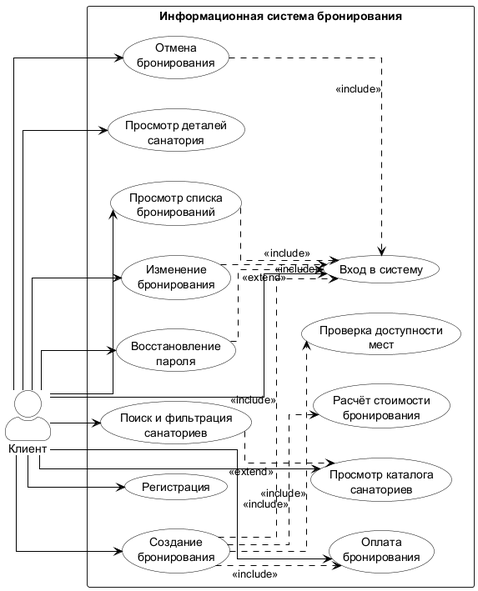
This is docs/TextCw/Diagrams/01_use_case.png from Ypsidshi/SoftwareArchitectureCourseWorkProject, a PlantUML export, as it was before one commit. The source it was exported from:
```plantuml
@startuml
skinparam actorStyle awesome
skinparam backgroundColor white
skinparam usecaseBorderColor black
skinparam usecaseBackgroundColor white
skinparam usecaseFontColor black
skinparam actorBorderColor black
skinparam actorBackgroundColor white
skinparam actorFontColor black
skinparam arrowColor black
skinparam linetype ortho
left to right direction

actor "Клиент" as Client

rectangle "Информационная система бронирования" {
    usecase "Регистрация" as UC1
    usecase "Вход в систему" as UC2
    usecase "Восстановление\nпароля" as UC3
    usecase "Просмотр каталога\nсанаториев" as UC4
    usecase "Поиск и фильтрация\nсанаториев" as UC5
    usecase "Просмотр деталей\nсанатория" as UC6
    usecase "Создание\nбронирования" as UC7
    usecase "Проверка доступности\nмест" as UC8
    usecase "Расчёт стоимости\nбронирования" as UC9
    usecase "Оплата\nбронирования" as UC10
    usecase "Просмотр списка\nбронирований" as UC11
    usecase "Изменение\nбронирования" as UC12
    usecase "Отмена\nбронирования" as UC13
}

Client --> UC1
Client --> UC2
Client --> UC3
Client --> UC4
Client --> UC5
Client --> UC6
Client --> UC7
Client --> UC10
Client --> UC11
Client --> UC12
Client --> UC13

UC3 ..> UC2 : <<extend>>
UC5 ..> UC4 : <<extend>>

UC7 ..> UC2 : <<include>>
UC7 ..> UC8 : <<include>>
UC7 ..> UC9 : <<include>>
UC7 ..> UC10 : <<include>>

UC11 ..> UC2 : <<include>>
UC12 ..> UC2 : <<include>>
UC13 ..> UC2 : <<include>>

@enduml
```
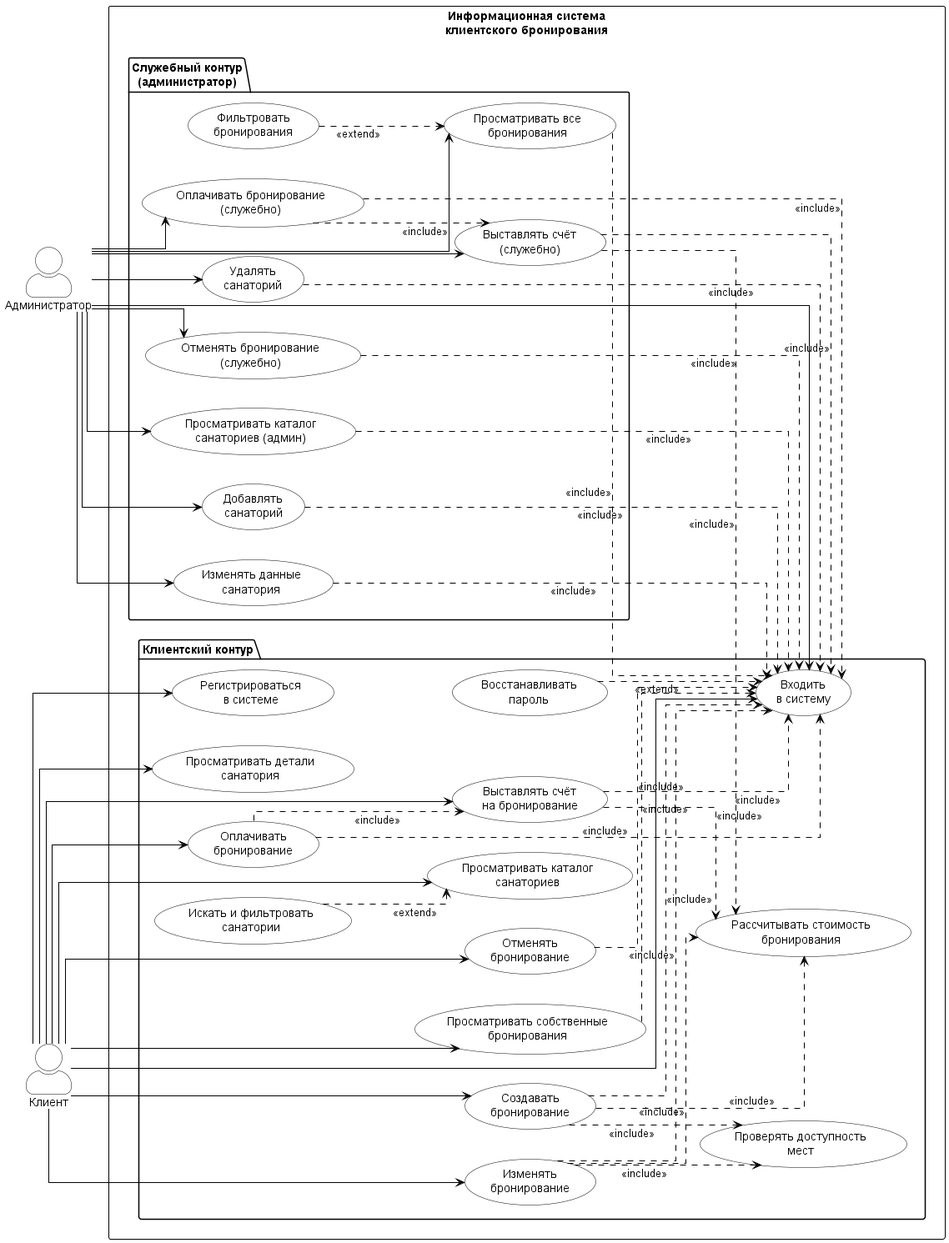
The same file after the commit.

Diff of the diagram source:
```diff
@@ -1,56 +1,108 @@
 @startuml
+skinparam backgroundColor white
 skinparam actorStyle awesome
-skinparam backgroundColor white
 skinparam usecaseBorderColor black
 skinparam usecaseBackgroundColor white
 skinparam usecaseFontColor black
 skinparam actorBorderColor black
 skinparam actorBackgroundColor white
 skinparam actorFontColor black
+skinparam packageBorderColor black
+skinparam packageFontColor black
+skinparam packageBackgroundColor white
 skinparam arrowColor black
 skinparam linetype ortho
 left to right direction
 
 actor "Клиент" as Client
+actor "Администратор" as Admin
 
-rectangle "Информационная система бронирования" {
-    usecase "Регистрация" as UC1
-    usecase "Вход в систему" as UC2
-    usecase "Восстановление\nпароля" as UC3
-    usecase "Просмотр каталога\nсанаториев" as UC4
-    usecase "Поиск и фильтрация\nсанаториев" as UC5
-    usecase "Просмотр деталей\nсанатория" as UC6
-    usecase "Создание\nбронирования" as UC7
-    usecase "Проверка доступности\nмест" as UC8
-    usecase "Расчёт стоимости\nбронирования" as UC9
-    usecase "Оплата\nбронирования" as UC10
-    usecase "Просмотр списка\nбронирований" as UC11
-    usecase "Изменение\nбронирования" as UC12
-    usecase "Отмена\nбронирования" as UC13
+rectangle "Информационная система\nклиентского бронирования" as System {
+
+  package "Клиентский контур" as ClientPkg {
+    usecase "Регистрироваться\nв системе" as UC_REG
+    usecase "Входить\nв систему" as UC_LOGIN
+    usecase "Восстанавливать\nпароль" as UC_PWD
+
+    usecase "Просматривать каталог\nсанаториев" as UC_CAT
+    usecase "Искать и фильтровать\nсанатории" as UC_FILTER
+    usecase "Просматривать детали\nсанатория" as UC_DETAIL
+
+    usecase "Создавать\nбронирование" as UC_CREATE
+    usecase "Просматривать собственные\nбронирования" as UC_LIST_OWN
+    usecase "Изменять\nбронирование" as UC_UPDATE
+    usecase "Отменять\nбронирование" as UC_CANCEL
+    usecase "Выставлять счёт\nна бронирование" as UC_INVOICE
+    usecase "Оплачивать\nбронирование" as UC_PAY
+
+    usecase "Проверять доступность\nмест" as UC_AVAIL
+    usecase "Рассчитывать стоимость\nбронирования" as UC_CALC
+  }
+
+  package "Служебный контур\n(администратор)" as AdminPkg {
+    usecase "Просматривать все\nбронирования" as UC_ADMIN_BOOK
+    usecase "Фильтровать\nбронирования" as UC_ADMIN_FILTER
+    usecase "Отменять бронирование\n(служебно)" as UC_ADMIN_CANCEL
+    usecase "Выставлять счёт\n(служебно)" as UC_ADMIN_INVOICE
+    usecase "Оплачивать бронирование\n(служебно)" as UC_ADMIN_PAY
+
+    usecase "Просматривать каталог\nсанаториев (админ)" as UC_ADMIN_SAN_LIST
+    usecase "Добавлять\nсанаторий" as UC_ADMIN_SAN_ADD
+    usecase "Изменять данные\nсанатория" as UC_ADMIN_SAN_EDIT
+    usecase "Удалять\nсанаторий" as UC_ADMIN_SAN_DEL
+  }
 }
 
-Client --> UC1
-Client --> UC2
-Client --> UC3
-Client --> UC4
-Client --> UC5
-Client --> UC6
-Client --> UC7
-Client --> UC10
-Client --> UC11
-Client --> UC12
-Client --> UC13
+Client --> UC_REG
+Client --> UC_LOGIN
+Client --> UC_CAT
+Client --> UC_DETAIL
+Client --> UC_CREATE
+Client --> UC_LIST_OWN
+Client --> UC_UPDATE
+Client --> UC_CANCEL
+Client --> UC_INVOICE
+Client --> UC_PAY
 
-UC3 ..> UC2 : <<extend>>
-UC5 ..> UC4 : <<extend>>
+Admin --> UC_LOGIN
+Admin --> UC_ADMIN_BOOK
+Admin --> UC_ADMIN_CANCEL
+Admin --> UC_ADMIN_INVOICE
+Admin --> UC_ADMIN_PAY
+Admin --> UC_ADMIN_SAN_LIST
+Admin --> UC_ADMIN_SAN_ADD
+Admin --> UC_ADMIN_SAN_EDIT
+Admin --> UC_ADMIN_SAN_DEL
 
-UC7 ..> UC2 : <<include>>
-UC7 ..> UC8 : <<include>>
-UC7 ..> UC9 : <<include>>
-UC7 ..> UC10 : <<include>>
+UC_PWD ..> UC_LOGIN : <<extend>>
+UC_FILTER ..> UC_CAT : <<extend>>
+UC_ADMIN_FILTER ..> UC_ADMIN_BOOK : <<extend>>
 
-UC11 ..> UC2 : <<include>>
-UC12 ..> UC2 : <<include>>
-UC13 ..> UC2 : <<include>>
+UC_CREATE ..> UC_LOGIN : <<include>>
+UC_CREATE ..> UC_AVAIL : <<include>>
+UC_CREATE ..> UC_CALC : <<include>>
+
+UC_LIST_OWN ..> UC_LOGIN : <<include>>
+UC_UPDATE ..> UC_LOGIN : <<include>>
+UC_UPDATE ..> UC_AVAIL : <<include>>
+UC_UPDATE ..> UC_CALC : <<include>>
+UC_CANCEL ..> UC_LOGIN : <<include>>
+
+UC_INVOICE ..> UC_LOGIN : <<include>>
+UC_INVOICE ..> UC_CALC : <<include>>
+UC_PAY ..> UC_LOGIN : <<include>>
+UC_PAY ..> UC_INVOICE : <<include>>
+
+UC_ADMIN_BOOK ..> UC_LOGIN : <<include>>
+UC_ADMIN_CANCEL ..> UC_LOGIN : <<include>>
+UC_ADMIN_INVOICE ..> UC_LOGIN : <<include>>
+UC_ADMIN_INVOICE ..> UC_CALC : <<include>>
+UC_ADMIN_PAY ..> UC_LOGIN : <<include>>
+UC_ADMIN_PAY ..> UC_ADMIN_INVOICE : <<include>>
+
+UC_ADMIN_SAN_ADD ..> UC_LOGIN : <<include>>
+UC_ADMIN_SAN_EDIT ..> UC_LOGIN : <<include>>
+UC_ADMIN_SAN_DEL ..> UC_LOGIN : <<include>>
+UC_ADMIN_SAN_LIST ..> UC_LOGIN : <<include>>
 
 @enduml
```
